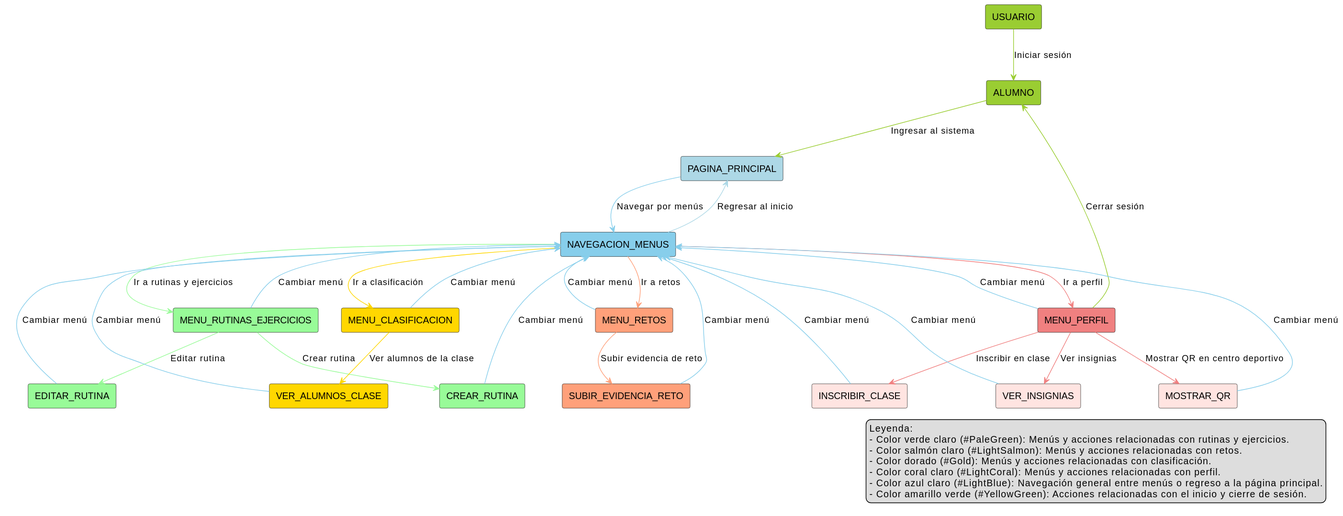
This is Documentos/Imagenes/DiagramasContexto/AlumnoContexto.svg from mmasias/24-25-IdSw1-SDR, a PlantUML export, as it was before one commit.
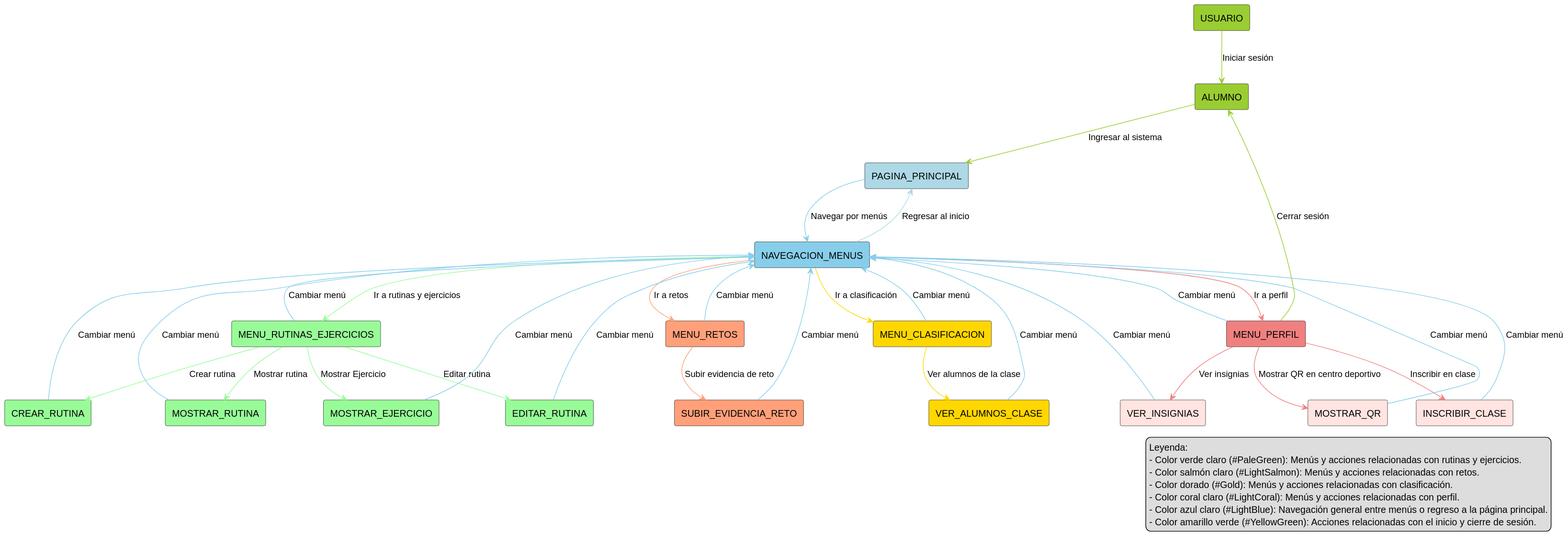
After the change.

What changed in the source:
```diff
@@ -16,6 +16,8 @@
 RECTANGLE(MOSTRAR_QR, MistyRose)
 RECTANGLE(CREAR_RUTINA, PaleGreen)
 RECTANGLE(EDITAR_RUTINA, PaleGreen)
+RECTANGLE(MOSTRAR_RUTINA, PaleGreen)
+RECTANGLE(MOSTRAR_EJERCICIO, PaleGreen)
 RECTANGLE(SUBIR_EVIDENCIA_RETO, LightSalmon)
 RECTANGLE(VER_ALUMNOS_CLASE, Gold)
 
@@ -31,8 +33,12 @@
 
 MENU_RUTINAS_EJERCICIOS -[#PaleGreen]-> CREAR_RUTINA : Crear rutina
 MENU_RUTINAS_EJERCICIOS -[#PaleGreen]-> EDITAR_RUTINA : Editar rutina
+MENU_RUTINAS_EJERCICIOS -[#PaleGreen]-> MOSTRAR_RUTINA : Mostrar rutina
+MENU_RUTINAS_EJERCICIOS -[#PaleGreen]-> MOSTRAR_EJERCICIO : Mostrar Ejercicio
 CREAR_RUTINA -[#SkyBlue]-> NAVEGACION_MENUS : Cambiar menú
 EDITAR_RUTINA -[#SkyBlue]-> NAVEGACION_MENUS : Cambiar menú
+MOSTRAR_RUTINA -[#SkyBlue]-> NAVEGACION_MENUS : Cambiar menú
+MOSTRAR_EJERCICIO -[#SkyBlue]-> NAVEGACION_MENUS : Cambiar menú
 
 MENU_RETOS -[#LightSalmon]-> SUBIR_EVIDENCIA_RETO : Subir evidencia de reto
 SUBIR_EVIDENCIA_RETO -[#SkyBlue]-> NAVEGACION_MENUS : Cambiar menú
```
